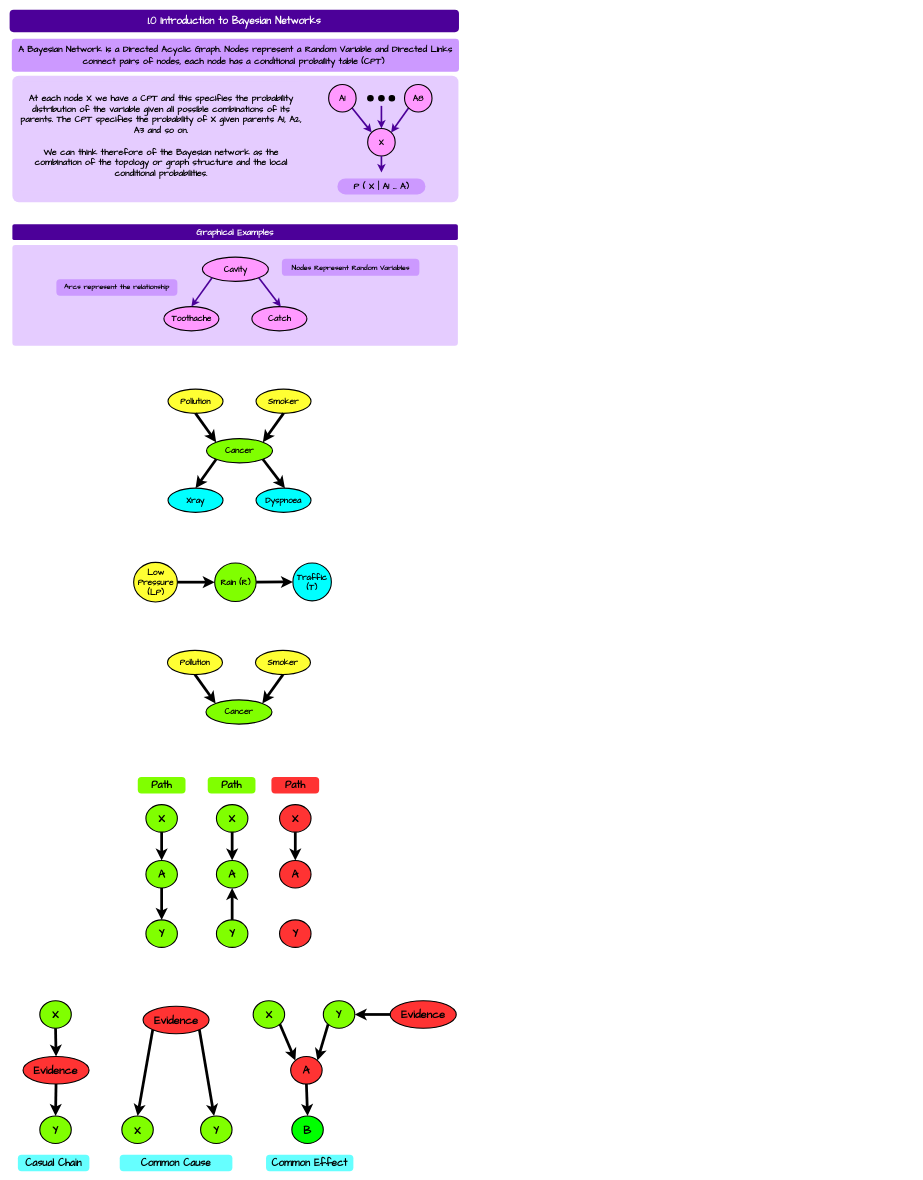
Earlier version of the draw.io diagram Computer Science/Fundamentals of Artificial Intelligence/Module 03 Bayesian Networks/resources/Drawings.drawio (ByteToBits/CompScience). Source tidied: cells renumbered, new cells numbered last; positions are measured from the earlier drawing's top-left corner, leaving out a move shared by most shapes. Both pictures are drawn from the tidied source at 55%, with x=0, y=0 at pixel (9, 9).
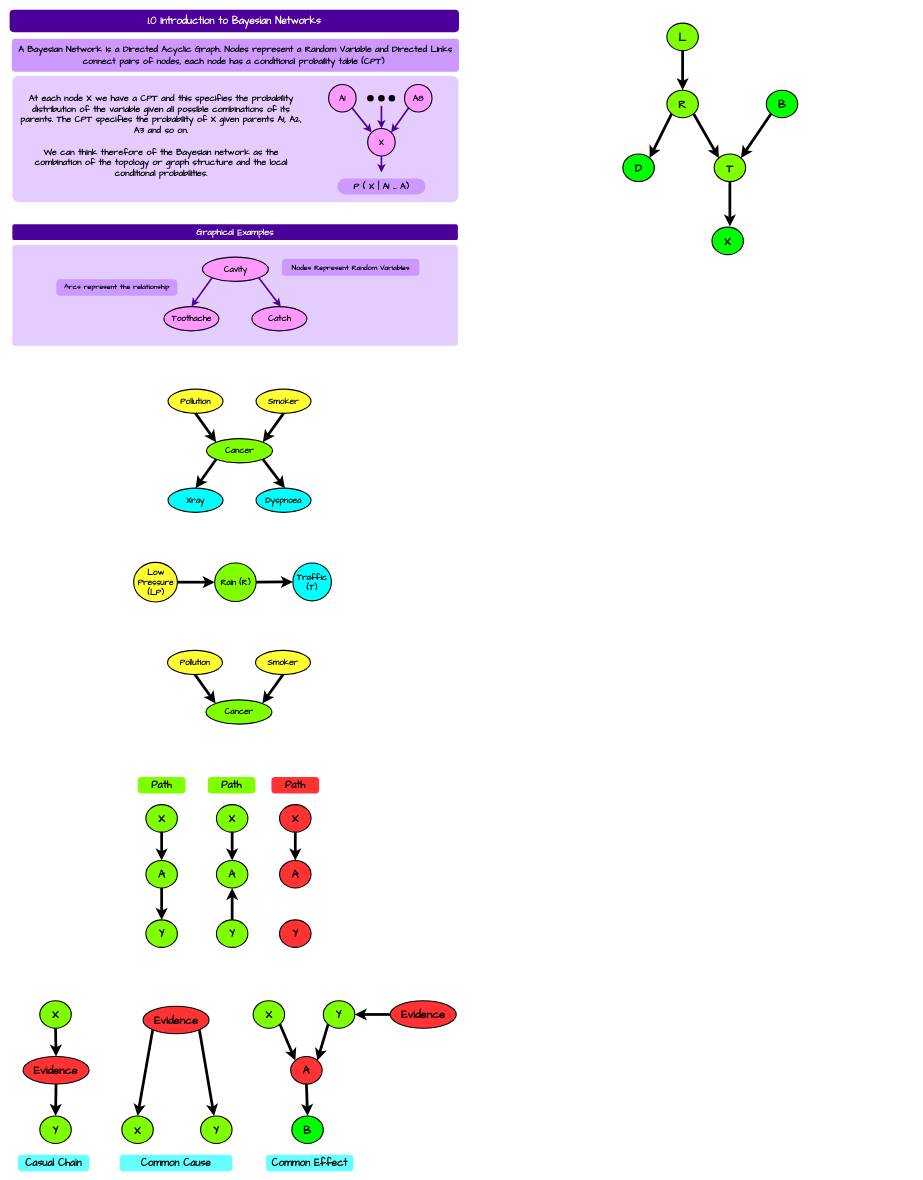
After the change.

Commit message (it also covers changes not shown here):
Bayesian Networks - D-Separation Work Example

Diff of the diagram source:
```diff
@@
+    <mxCell id="92" value="&lt;font style=&quot;font-size: 20px;&quot; face=&quot;Comic Sans MS&quot; color=&quot;#000000&quot;&gt;&lt;b style=&quot;&quot;&gt;L&lt;/b&gt;&lt;/font&gt;" style="ellipse;whiteSpace=wrap;html=1;strokeWidth=2;fillColor=#80FF00;strokeColor=#000000;" parent="1" vertex="1">
+      <mxGeometry x="1195" y="24.5" width="57.2" height="50" as="geometry" />
+    </mxCell>
+    <mxCell id="93" value="&lt;font face=&quot;Comic Sans MS&quot; color=&quot;#000000&quot;&gt;&lt;span style=&quot;font-size: 20px;&quot;&gt;&lt;b&gt;T&lt;/b&gt;&lt;/span&gt;&lt;/font&gt;" style="ellipse;whiteSpace=wrap;html=1;strokeWidth=2;fillColor=#80FF00;strokeColor=#000000;" parent="1" vertex="1">
+      <mxGeometry x="1281" y="262.5" width="57.2" height="50" as="geometry" />
+    </mxCell>
+    <mxCell id="94" value="&lt;font style=&quot;font-size: 20px;&quot; face=&quot;Comic Sans MS&quot; color=&quot;#000000&quot;&gt;&lt;b style=&quot;&quot;&gt;D&lt;/b&gt;&lt;/font&gt;" style="ellipse;whiteSpace=wrap;html=1;strokeWidth=2;fillColor=#00FF00;strokeColor=#000000;" parent="1" vertex="1">
+      <mxGeometry x="1115" y="262.5" width="57.2" height="50" as="geometry" />
+    </mxCell>
+    <mxCell id="95" style="endArrow=classic;html=1;rounded=0;exitX=1;exitY=1;exitDx=0;exitDy=0;strokeWidth=5;strokeColor=#000000;entryX=0;entryY=0;entryDx=0;entryDy=0;" parent="1" edge="1" source="98" target="93">
+      <mxGeometry relative="1" as="geometry" />
+    </mxCell>
+    <mxCell id="96" style="endArrow=classic;html=1;rounded=0;exitX=0.5;exitY=1;exitDx=0;exitDy=0;strokeWidth=5;strokeColor=#000000;entryX=0.5;entryY=0;entryDx=0;entryDy=0;" parent="1" edge="1" source="92" target="98">
+      <mxGeometry relative="1" as="geometry" />
+    </mxCell>
+    <mxCell id="97" style="endArrow=classic;html=1;rounded=0;exitX=0;exitY=1;exitDx=0;exitDy=0;strokeWidth=5;strokeColor=#000000;entryX=1;entryY=0;entryDx=0;entryDy=0;" parent="1" edge="1" source="98" target="94">
+      <mxGeometry relative="1" as="geometry" />
+    </mxCell>
+    <mxCell id="98" value="&lt;font style=&quot;font-size: 20px;&quot; face=&quot;Comic Sans MS&quot; color=&quot;#000000&quot;&gt;&lt;b style=&quot;&quot;&gt;R&lt;/b&gt;&lt;/font&gt;" style="ellipse;whiteSpace=wrap;html=1;strokeWidth=2;fillColor=#80FF00;strokeColor=#000000;" parent="1" vertex="1">
+      <mxGeometry x="1195" y="146.5" width="57.2" height="50" as="geometry" />
+    </mxCell>
+    <mxCell id="99" value="&lt;font style=&quot;font-size: 20px;&quot; face=&quot;Comic Sans MS&quot; color=&quot;#000000&quot;&gt;&lt;b style=&quot;&quot;&gt;B&lt;/b&gt;&lt;/font&gt;" style="ellipse;whiteSpace=wrap;html=1;strokeWidth=2;fillColor=#00FF00;strokeColor=#000000;" parent="1" vertex="1">
+      <mxGeometry x="1375.8" y="146.5" width="57.2" height="50" as="geometry" />
+    </mxCell>
+    <mxCell id="100" style="endArrow=classic;html=1;rounded=0;exitX=0;exitY=1;exitDx=0;exitDy=0;strokeWidth=5;strokeColor=#000000;entryX=1;entryY=0;entryDx=0;entryDy=0;" parent="1" edge="1" source="99" target="93">
+      <mxGeometry relative="1" as="geometry" />
+    </mxCell>
+    <mxCell id="101" value="&lt;font style=&quot;font-size: 20px;&quot; face=&quot;Comic Sans MS&quot; color=&quot;#000000&quot;&gt;&lt;b style=&quot;&quot;&gt;X&lt;/b&gt;&lt;/font&gt;" style="ellipse;whiteSpace=wrap;html=1;strokeWidth=2;fillColor=#00FF00;strokeColor=#000000;" parent="1" vertex="1">
+      <mxGeometry x="1277" y="395.5" width="57.2" height="50" as="geometry" />
+    </mxCell>
+    <mxCell id="102" style="endArrow=classic;html=1;rounded=0;exitX=0.5;exitY=1;exitDx=0;exitDy=0;strokeWidth=5;strokeColor=#000000;entryX=0.569;entryY=-0.024;entryDx=0;entryDy=0;entryPerimeter=0;" parent="1" edge="1" source="93" target="101">
+      <mxGeometry relative="1" as="geometry" />
+    </mxCell>
+    <mxCell id="103" style="rounded=1;whiteSpace=wrap;html=1;fillColor=none;strokeColor=none;fontColor=#FFFFFF;arcSize=3;fontSize=15;" parent="1" vertex="1">
+      <mxGeometry x="1475" y="10" width="170" height="450" as="geometry" />
+    </mxCell>
+    <mxCell id="104" style="rounded=1;whiteSpace=wrap;html=1;fillColor=none;strokeColor=none;fontColor=#FFFFFF;arcSize=3;fontSize=15;" parent="1" vertex="1">
+      <mxGeometry x="895" y="26" width="170" height="444" as="geometry" />
+    </mxCell>
```
